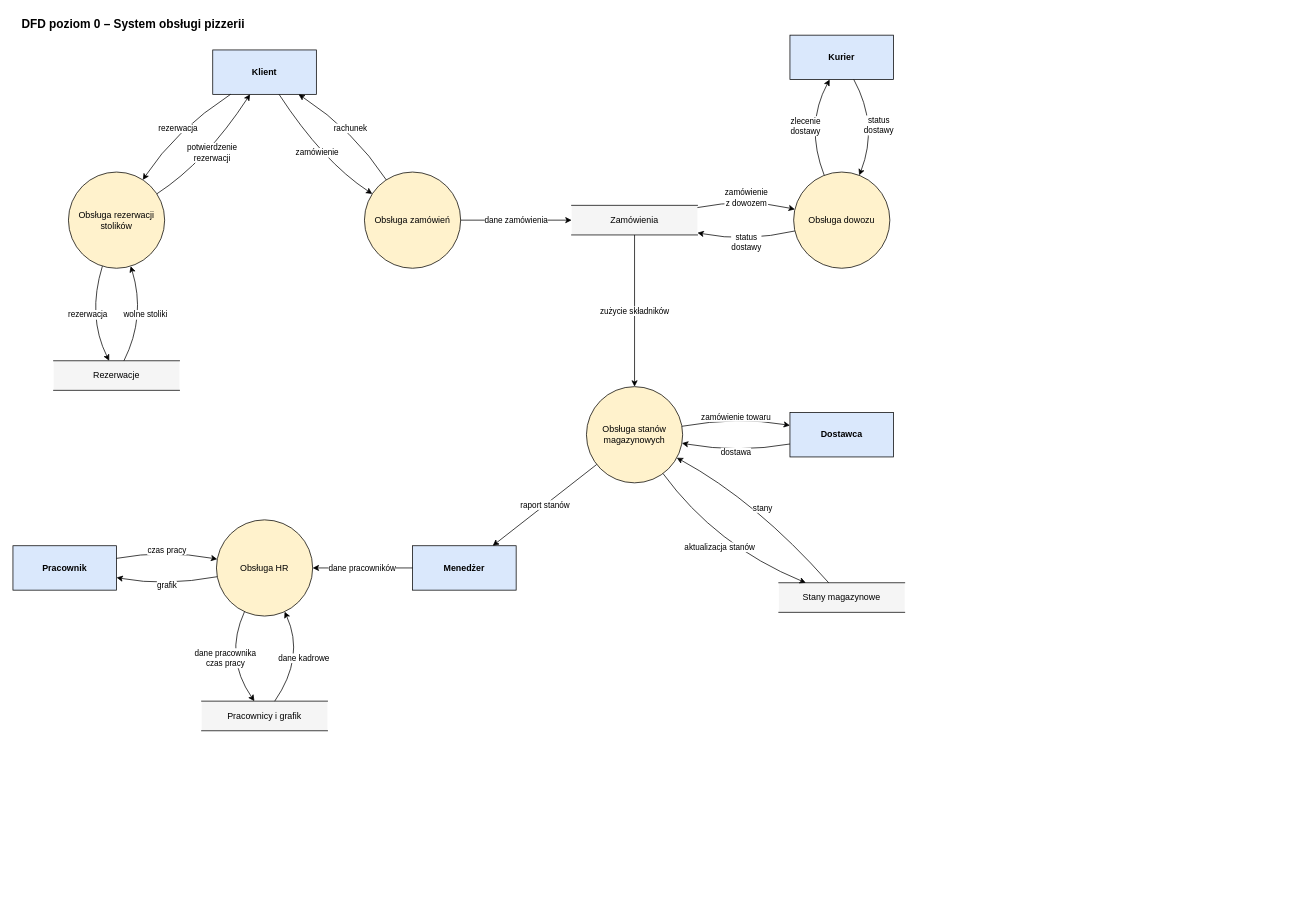
olimo54323/OiZPI-laboratorium keeps this draw.io diagram as diagramy/02_przeplyw_danych/dfd_0_pizzeria.drawio. Above is the earlier version. Source tidied: cells renumbered, new cells numbered last; positions are measured from the earlier drawing's top-left corner, leaving out a move shared by most shapes. Both pictures are drawn from the tidied source at 74%, with x=0, y=0 at pixel (13, 13).
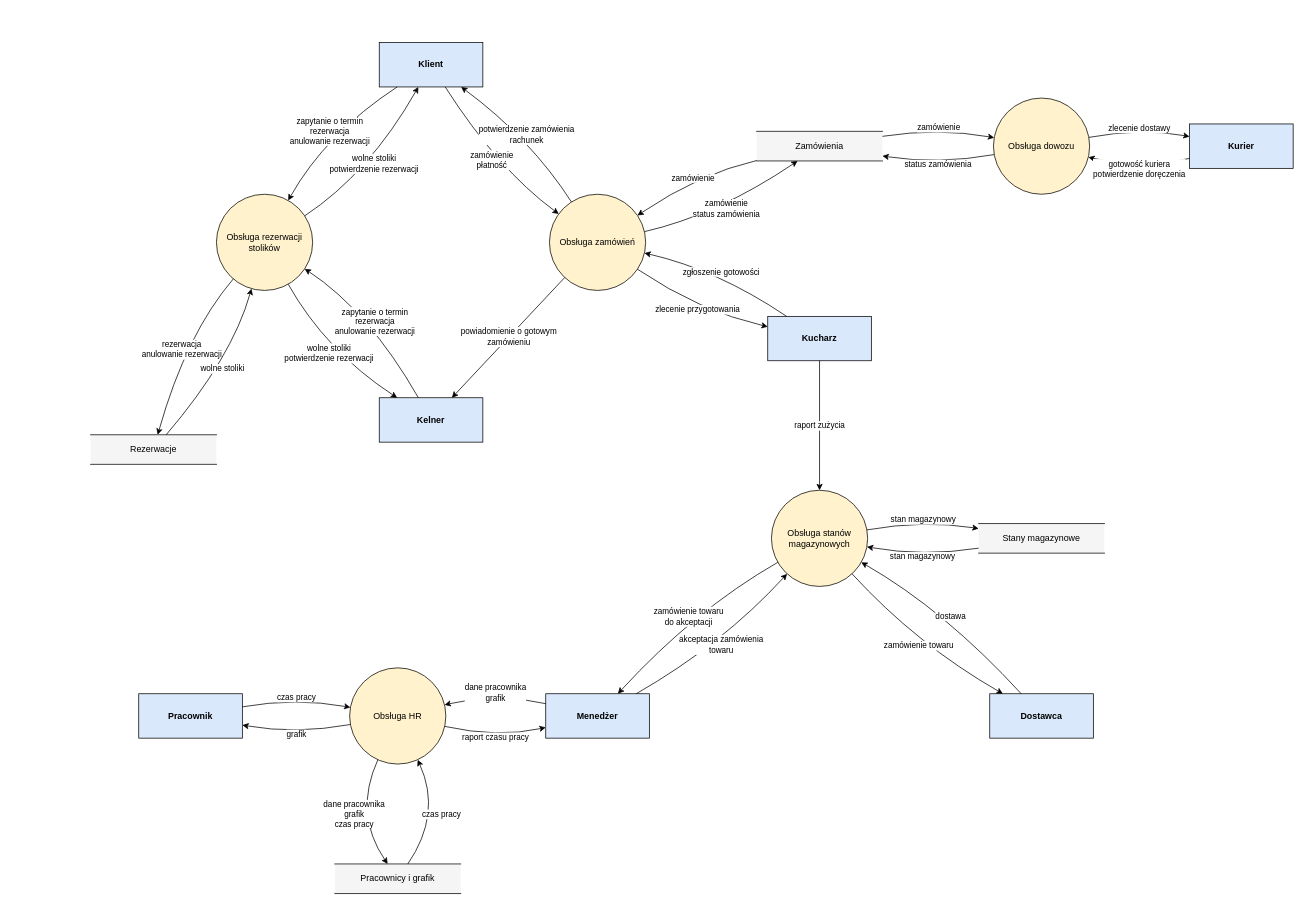
Above is the later version.

Diff of the diagram source:
```diff
@@
-    <mxCell id="2" value="DFD poziom 0 – System obsługi pizzerii" style="text;html=1;align=left;verticalAlign=middle;fontSize=16;fontStyle=1;" parent="1" vertex="1">
-      <mxGeometry x="10" width="400" height="30" as="geometry" />
-    </mxCell>
     <mxCell id="3" value="Klient" style="rounded=0;whiteSpace=wrap;html=1;fillColor=#dae8fc;strokeColor=#000000;fontStyle=1;fontSize=12;" parent="1" vertex="1">
-      <mxGeometry x="270" y="50" width="140" height="60" as="geometry" />
+      <mxGeometry x="495" y="40" width="140" height="60" as="geometry" />
     </mxCell>
+    <mxCell id="39" value="Kelner" style="rounded=0;whiteSpace=wrap;html=1;fillColor=#dae8fc;strokeColor=#000000;fontStyle=1;fontSize=12;" parent="1" vertex="1">
+      <mxGeometry x="495" y="520" width="140" height="60" as="geometry" />
+    </mxCell>
+    <mxCell id="40" value="Kucharz" style="rounded=0;whiteSpace=wrap;html=1;fillColor=#dae8fc;strokeColor=#000000;fontStyle=1;fontSize=12;" parent="1" vertex="1">
+      <mxGeometry x="1020" y="410" width="140" height="60" as="geometry" />
+    </mxCell>
     <mxCell id="4" value="Kurier" style="rounded=0;whiteSpace=wrap;html=1;fillColor=#dae8fc;strokeColor=#000000;fontStyle=1;fontSize=12;" parent="1" vertex="1">
-      <mxGeometry x="1050" y="30" width="140" height="60" as="geometry" />
+      <mxGeometry x="1590" y="150" width="140" height="60" as="geometry" />
     </mxCell>
     <mxCell id="5" value="Dostawca" style="rounded=0;whiteSpace=wrap;html=1;fillColor=#dae8fc;strokeColor=#000000;fontStyle=1;fontSize=12;" parent="1" vertex="1">
-      <mxGeometry x="1050" y="540" width="140" height="60" as="geometry" />
+      <mxGeometry x="1320" y="920" width="140" height="60" as="geometry" />
     </mxCell>
     <mxCell id="6" value="Menedżer" style="rounded=0;whiteSpace=wrap;html=1;fillColor=#dae8fc;strokeColor=#000000;fontStyle=1;fontSize=12;" parent="1" vertex="1">
-      <mxGeometry x="540" y="720" width="140" height="60" as="geometry" />
+      <mxGeometry x="720" y="920" width="140" height="60" as="geometry" />
     </mxCell>
     <mxCell id="7" value="Pracownik" style="rounded=0;whiteSpace=wrap;html=1;fillColor=#dae8fc;strokeColor=#000000;fontStyle=1;fontSize=12;" parent="1" vertex="1">
-      <mxGeometry y="720" width="140" height="60" as="geometry" />
+      <mxGeometry x="170" y="920" width="140" height="60" as="geometry" />
     </mxCell>
     <mxCell id="8" value="Obsługa zamówień" style="ellipse;whiteSpace=wrap;html=1;fillColor=#fff2cc;strokeColor=#000000;fontSize=12;" parent="1" vertex="1">
-      <mxGeometry x="475" y="215" width="130" height="130" as="geometry" />
+      <mxGeometry x="725" y="245" width="130" height="130" as="geometry" />
     </mxCell>
     <mxCell id="9" value="Obsługa rezerwacji stolików" style="ellipse;whiteSpace=wrap;html=1;fillColor=#fff2cc;strokeColor=#000000;fontSize=12;" parent="1" vertex="1">
-      <mxGeometry x="75" y="215" width="130" height="130" as="geometry" />
+      <mxGeometry x="275" y="245" width="130" height="130" as="geometry" />
     </mxCell>
     <mxCell id="10" value="Obsługa HR" style="ellipse;whiteSpace=wrap;html=1;fillColor=#fff2cc;strokeColor=#000000;fontSize=12;" parent="1" vertex="1">
-      <mxGeometry x="275" y="685" width="130" height="130" as="geometry" />
+      <mxGeometry x="455" y="885" width="130" height="130" as="geometry" />
     </mxCell>
     <mxCell id="11" value="Obsługa stanów magazynowych" style="ellipse;whiteSpace=wrap;html=1;fillColor=#fff2cc;strokeColor=#000000;fontSize=12;" parent="1" vertex="1">
-      <mxGeometry x="775" y="505" width="130" height="130" as="geometry" />
+      <mxGeometry x="1025" y="645" width="130" height="130" as="geometry" />
     </mxCell>
     <mxCell id="12" value="Obsługa dowozu" style="ellipse;whiteSpace=wrap;html=1;fillColor=#fff2cc;strokeColor=#000000;fontSize=12;" parent="1" vertex="1">
-      <mxGeometry x="1055" y="215" width="130" height="130" as="geometry" />
+      <mxGeometry x="1325" y="115" width="130" height="130" as="geometry" />
     </mxCell>
     <mxCell id="13" value="Zamówienia" style="shape=partialRectangle;whiteSpace=wrap;html=1;left=0;right=0;fillColor=#f5f5f5;strokeColor=#000000;fontSize=12;" parent="1" vertex="1">
-      <mxGeometry x="755" y="260" width="170" height="40" as="geometry" />
+      <mxGeometry x="1005" y="160" width="170" height="40" as="geometry" />
     </mxCell>
     <mxCell id="14" value="Rezerwacje" style="shape=partialRectangle;whiteSpace=wrap;html=1;left=0;right=0;fillColor=#f5f5f5;strokeColor=#000000;fontSize=12;" parent="1" vertex="1">
-      <mxGeometry x="55" y="470" width="170" height="40" as="geometry" />
+      <mxGeometry x="105" y="570" width="170" height="40" as="geometry" />
     </mxCell>
     <mxCell id="15" value="Pracownicy i grafik" style="shape=partialRectangle;whiteSpace=wrap;html=1;left=0;right=0;fillColor=#f5f5f5;strokeColor=#000000;fontSize=12;" parent="1" vertex="1">
-      <mxGeometry x="255" y="930" width="170" height="40" as="geometry" />
+      <mxGeometry x="435" y="1150" width="170" height="40" as="geometry" />
     </mxCell>
     <mxCell id="16" value="Stany magazynowe" style="shape=partialRectangle;whiteSpace=wrap;html=1;left=0;right=0;fillColor=#f5f5f5;strokeColor=#000000;fontSize=12;" parent="1" vertex="1">
-      <mxGeometry x="1035" y="770" width="170" height="40" as="geometry" />
+      <mxGeometry x="1305" y="690" width="170" height="40" as="geometry" />
     </mxCell>
-    <mxCell id="17" value="zamówienie" style="endArrow=classic;endFill=1;html=1;curved=1;labelBackgroundColor=#ffffff;fontSize=11;strokeColor=#000000;" parent="1" edge="1" source="3" target="8">
+    <mxCell id="17" value="zamówienie&lt;br&gt;płatność" style="endArrow=classic;endFill=1;html=1;curved=1;labelBackgroundColor=#ffffff;fontSize=11;strokeColor=#000000;" parent="1" edge="1" source="3" target="8">
       <mxGeometry relative="1" as="geometry">
         <Array as="points">
-          <mxPoint x="419" y="201" />
+          <mxPoint x="655" y="211" />
         </Array>
       </mxGeometry>
     </mxCell>
-    <mxCell id="18" value="rachunek" style="endArrow=classic;endFill=1;html=1;curved=1;labelBackgroundColor=#ffffff;fontSize=11;strokeColor=#000000;" parent="1" edge="1" source="8" target="3">
+    <mxCell id="18" value="potwierdzenie zamówienia&lt;br&gt;rachunek" style="endArrow=classic;endFill=1;html=1;curved=1;labelBackgroundColor=#ffffff;fontSize=11;strokeColor=#000000;" parent="1" edge="1" source="8" target="3">
       <mxGeometry relative="1" as="geometry">
         <Array as="points">
-          <mxPoint x="461" y="159" />
+          <mxPoint x="699" y="169" />
         </Array>
       </mxGeometry>
     </mxCell>
-    <mxCell id="19" value="rezerwacja" style="endArrow=classic;endFill=1;html=1;curved=1;labelBackgroundColor=#ffffff;fontSize=11;strokeColor=#000000;" parent="1" edge="1" source="3" target="9">
+    <mxCell id="19" value="zapytanie o termin&lt;br&gt;rezerwacja&lt;br&gt;anulowanie rezerwacji" style="endArrow=classic;endFill=1;html=1;curved=1;labelBackgroundColor=#ffffff;fontSize=11;strokeColor=#000000;" parent="1" edge="1" source="3" target="9">
       <mxGeometry relative="1" as="geometry">
         <Array as="points">
-          <mxPoint x="219" y="159" />
+          <mxPoint x="423" y="163" />
         </Array>
       </mxGeometry>
     </mxCell>
-    <mxCell id="20" value="potwierdzenie&lt;br&gt;rezerwacji" style="endArrow=classic;endFill=1;html=1;curved=1;labelBackgroundColor=#ffffff;fontSize=11;strokeColor=#000000;" parent="1" edge="1" source="9" target="3">
+    <mxCell id="20" value="wolne stoliki&lt;br&gt;potwierdzenie rezerwacji" style="endArrow=classic;endFill=1;html=1;curved=1;labelBackgroundColor=#ffffff;fontSize=11;strokeColor=#000000;" parent="1" edge="1" source="9" target="3">
       <mxGeometry relative="1" as="geometry">
         <Array as="points">
-          <mxPoint x="261" y="201" />
+          <mxPoint x="481" y="217" />
         </Array>
       </mxGeometry>
     </mxCell>
-    <mxCell id="21" value="rezerwacja" style="endArrow=classic;endFill=1;html=1;curved=1;labelBackgroundColor=#ffffff;fontSize=11;strokeColor=#000000;" parent="1" edge="1" source="9" target="14">
-      <mxGeometry relative="1" as="geometry">
-        <Array as="points">
-          <mxPoint x="100" y="410" />
-        </Array>
-      </mxGeometry>
+    <mxCell id="21" value="powiadomienie o gotowym&lt;br&gt;zamówieniu" style="endArrow=classic;endFill=1;html=1;rounded=0;labelBackgroundColor=#ffffff;fontSize=11;strokeColor=#000000;" parent="1" edge="1" source="8" target="39">
+      <mxGeometry relative="1" as="geometry" />
     </mxCell>
-    <mxCell id="22" value="wolne stoliki" style="endArrow=classic;endFill=1;html=1;curved=1;labelBackgroundColor=#ffffff;fontSize=11;strokeColor=#000000;" parent="1" edge="1" source="14" target="9">
+    <mxCell id="22" value="zapytanie o termin&lt;br&gt;rezerwacja&lt;br&gt;anulowanie rezerwacji" style="endArrow=classic;endFill=1;html=1;curved=1;labelBackgroundColor=#ffffff;fontSize=11;strokeColor=#000000;" parent="1" edge="1" source="39" target="9">
       <mxGeometry relative="1" as="geometry">
         <Array as="points">
-          <mxPoint x="180" y="410" />
+          <mxPoint x="481" y="403" />
         </Array>
       </mxGeometry>
     </mxCell>
-    <mxCell id="23" value="dane zamówienia" style="endArrow=classic;endFill=1;html=1;rounded=0;labelBackgroundColor=#ffffff;fontSize=11;strokeColor=#000000;" parent="1" edge="1" source="8" target="13">
-      <mxGeometry relative="1" as="geometry" />
+    <mxCell id="23" value="wolne stoliki&lt;br&gt;potwierdzenie rezerwacji" style="endArrow=classic;endFill=1;html=1;curved=1;labelBackgroundColor=#ffffff;fontSize=11;strokeColor=#000000;" parent="1" edge="1" source="9" target="39">
+      <mxGeometry relative="1" as="geometry">
+        <Array as="points">
+          <mxPoint x="423" y="457" />
+        </Array>
+      </mxGeometry>
     </mxCell>
-    <mxCell id="24" value="zamówienie&lt;br&gt;z dowozem" style="endArrow=classic;endFill=1;html=1;curved=1;labelBackgroundColor=#ffffff;fontSize=11;strokeColor=#000000;" parent="1" edge="1" source="13" target="12">
+    <mxCell id="24" value="rezerwacja&lt;br&gt;anulowanie rezerwacji" style="endArrow=classic;endFill=1;html=1;curved=1;labelBackgroundColor=#ffffff;fontSize=11;strokeColor=#000000;" parent="1" edge="1" source="9" target="14">
       <mxGeometry relative="1" as="geometry">
         <Array as="points">
-          <mxPoint x="990" y="250" />
+          <mxPoint x="234" y="434" />
         </Array>
       </mxGeometry>
     </mxCell>
-    <mxCell id="25" value="status&lt;br&gt;dostawy" style="endArrow=classic;endFill=1;html=1;curved=1;labelBackgroundColor=#ffffff;fontSize=11;strokeColor=#000000;" parent="1" edge="1" source="12" target="13">
+    <mxCell id="25" value="wolne stoliki" style="endArrow=classic;endFill=1;html=1;curved=1;labelBackgroundColor=#ffffff;fontSize=11;strokeColor=#000000;" parent="1" edge="1" source="14" target="9">
       <mxGeometry relative="1" as="geometry">
         <Array as="points">
-          <mxPoint x="990" y="310" />
+          <mxPoint x="296" y="466" />
         </Array>
       </mxGeometry>
     </mxCell>
-    <mxCell id="26" value="zlecenie&lt;br&gt;dostawy" style="endArrow=classic;endFill=1;html=1;curved=1;labelBackgroundColor=#ffffff;fontSize=11;strokeColor=#000000;" parent="1" edge="1" source="12" target="4">
+    <mxCell id="26" value="zamówienie&lt;br&gt;status zamówienia" style="endArrow=classic;endFill=1;html=1;curved=1;labelBackgroundColor=#ffffff;fontSize=11;strokeColor=#000000;" parent="1" edge="1" source="8" target="13">
       <mxGeometry relative="1" as="geometry">
         <Array as="points">
-          <mxPoint x="1070" y="152" />
+          <mxPoint x="952" y="273" />
         </Array>
       </mxGeometry>
     </mxCell>
-    <mxCell id="27" value="status&lt;br&gt;dostawy" style="endArrow=classic;endFill=1;html=1;curved=1;labelBackgroundColor=#ffffff;fontSize=11;strokeColor=#000000;" parent="1" edge="1" source="4" target="12">
+    <mxCell id="27" value="zamówienie" style="endArrow=classic;endFill=1;html=1;curved=1;labelBackgroundColor=#ffffff;fontSize=11;strokeColor=#000000;" parent="1" edge="1" source="13" target="8">
       <mxGeometry relative="1" as="geometry">
         <Array as="points">
-          <mxPoint x="1170" y="152" />
+          <mxPoint x="928" y="217" />
         </Array>
       </mxGeometry>
     </mxCell>
-    <mxCell id="28" value="zużycie składników" style="endArrow=classic;endFill=1;html=1;rounded=0;labelBackgroundColor=#ffffff;fontSize=11;strokeColor=#000000;" parent="1" edge="1" source="13" target="11">
-      <mxGeometry relative="1" as="geometry" />
+    <mxCell id="28" value="zamówienie" style="endArrow=classic;endFill=1;html=1;curved=1;labelBackgroundColor=#ffffff;fontSize=11;strokeColor=#000000;" parent="1" edge="1" source="13" target="12">
+      <mxGeometry relative="1" as="geometry">
+        <Array as="points">
+          <mxPoint x="1250" y="155" />
+        </Array>
+      </mxGeometry>
     </mxCell>
-    <mxCell id="29" value="zamówienie towaru" style="endArrow=classic;endFill=1;html=1;curved=1;labelBackgroundColor=#ffffff;fontSize=11;strokeColor=#000000;" parent="1" edge="1" source="11" target="5">
+    <mxCell id="29" value="status zamówienia" style="endArrow=classic;endFill=1;html=1;curved=1;labelBackgroundColor=#ffffff;fontSize=11;strokeColor=#000000;" parent="1" edge="1" source="12" target="13">
       <mxGeometry relative="1" as="geometry">
         <Array as="points">
-          <mxPoint x="980" y="545" />
+          <mxPoint x="1250" y="205" />
         </Array>
       </mxGeometry>
     </mxCell>
-    <mxCell id="30" value="dostawa" style="endArrow=classic;endFill=1;html=1;curved=1;labelBackgroundColor=#ffffff;fontSize=11;strokeColor=#000000;" parent="1" edge="1" source="5" target="11">
+    <mxCell id="30" value="zlecenie dostawy" style="endArrow=classic;endFill=1;html=1;curved=1;labelBackgroundColor=#ffffff;fontSize=11;strokeColor=#000000;" parent="1" edge="1" source="12" target="4">
       <mxGeometry relative="1" as="geometry">
         <Array as="points">
-          <mxPoint x="980" y="595" />
+          <mxPoint x="1525" y="155" />
         </Array>
       </mxGeometry>
     </mxCell>
-    <mxCell id="31" value="aktualizacja stanów" style="endArrow=classic;endFill=1;html=1;curved=1;labelBackgroundColor=#ffffff;fontSize=11;strokeColor=#000000;" parent="1" edge="1" source="11" target="16">
+    <mxCell id="31" value="gotowość kuriera&lt;br&gt;potwierdzenie doręczenia" style="endArrow=classic;endFill=1;html=1;curved=1;labelBackgroundColor=#ffffff;fontSize=11;strokeColor=#000000;" parent="1" edge="1" source="4" target="12">
       <mxGeometry relative="1" as="geometry">
         <Array as="points">
-          <mxPoint x="950" y="720" />
+          <mxPoint x="1525" y="212" />
         </Array>
       </mxGeometry>
     </mxCell>
-    <mxCell id="32" value="stany" style="endArrow=classic;endFill=1;html=1;curved=1;labelBackgroundColor=#ffffff;fontSize=11;strokeColor=#000000;" parent="1" edge="1" source="16" target="11">
+    <mxCell id="32" value="zlecenie przygotowania" style="endArrow=classic;endFill=1;html=1;curved=1;labelBackgroundColor=#ffffff;fontSize=11;strokeColor=#000000;" parent="1" edge="1" source="8" target="40">
       <mxGeometry relative="1" as="geometry">
         <Array as="points">
-          <mxPoint x="1005" y="660" />
+          <mxPoint x="928" y="403" />
         </Array>
       </mxGeometry>
     </mxCell>
-    <mxCell id="33" value="raport stanów" style="endArrow=classic;endFill=1;html=1;rounded=0;labelBackgroundColor=#ffffff;fontSize=11;strokeColor=#000000;" parent="1" edge="1" source="11" target="6">
-      <mxGeometry relative="1" as="geometry" />
+    <mxCell id="33" value="zgłoszenie gotowości" style="endArrow=classic;endFill=1;html=1;curved=1;labelBackgroundColor=#ffffff;fontSize=11;strokeColor=#000000;" parent="1" edge="1" source="40" target="8">
+      <mxGeometry relative="1" as="geometry">
+        <Array as="points">
+          <mxPoint x="952" y="347" />
+        </Array>
+      </mxGeometry>
     </mxCell>
-    <mxCell id="34" value="dane pracowników" style="endArrow=classic;endFill=1;html=1;rounded=0;labelBackgroundColor=#ffffff;fontSize=11;strokeColor=#000000;" parent="1" edge="1" source="6" target="10">
+    <mxCell id="34" value="raport zużycia" style="endArrow=classic;endFill=1;html=1;rounded=0;labelBackgroundColor=#ffffff;fontSize=11;strokeColor=#000000;" parent="1" edge="1" source="40" target="11">
       <mxGeometry relative="1" as="geometry" />
     </mxCell>
-    <mxCell id="35" value="czas pracy" style="endArrow=classic;endFill=1;html=1;curved=1;labelBackgroundColor=#ffffff;fontSize=11;strokeColor=#000000;" parent="1" edge="1" source="7" target="10">
+    <mxCell id="35" value="stan magazynowy" style="endArrow=classic;endFill=1;html=1;curved=1;labelBackgroundColor=#ffffff;fontSize=11;strokeColor=#000000;" parent="1" edge="1" source="11" target="16">
       <mxGeometry relative="1" as="geometry">
         <Array as="points">
-          <mxPoint x="205" y="725" />
+          <mxPoint x="1230" y="685" />
         </Array>
       </mxGeometry>
     </mxCell>
-    <mxCell id="36" value="grafik" style="endArrow=classic;endFill=1;html=1;curved=1;labelBackgroundColor=#ffffff;fontSize=11;strokeColor=#000000;" parent="1" edge="1" source="10" target="7">
+    <mxCell id="36" value="stan magazynowy" style="endArrow=classic;endFill=1;html=1;curved=1;labelBackgroundColor=#ffffff;fontSize=11;strokeColor=#000000;" parent="1" edge="1" source="16" target="11">
       <mxGeometry relative="1" as="geometry">
         <Array as="points">
-          <mxPoint x="205" y="775" />
+          <mxPoint x="1230" y="735" />
         </Array>
       </mxGeometry>
     </mxCell>
-    <mxCell id="37" value="dane pracownika&lt;br&gt;czas pracy" style="endArrow=classic;endFill=1;html=1;curved=1;labelBackgroundColor=#ffffff;fontSize=11;strokeColor=#000000;" parent="1" edge="1" source="10" target="15">
+    <mxCell id="37" value="zamówienie towaru" style="endArrow=classic;endFill=1;html=1;curved=1;labelBackgroundColor=#ffffff;fontSize=11;strokeColor=#000000;" parent="1" edge="1" source="11" target="5">
       <mxGeometry relative="1" as="geometry">
         <Array as="points">
-          <mxPoint x="285" y="870" />
+          <mxPoint x="1221" y="853" />
         </Array>
       </mxGeometry>
     </mxCell>
-    <mxCell id="38" value="dane kadrowe" style="endArrow=classic;endFill=1;html=1;curved=1;labelBackgroundColor=#ffffff;fontSize=11;strokeColor=#000000;" parent="1" edge="1" source="15" target="10">
+    <mxCell id="38" value="dostawa" style="endArrow=classic;endFill=1;html=1;curved=1;labelBackgroundColor=#ffffff;fontSize=11;strokeColor=#000000;" parent="1" edge="1" source="5" target="11">
       <mxGeometry relative="1" as="geometry">
         <Array as="points">
-          <mxPoint x="395" y="870" />
+          <mxPoint x="1259" y="807" />
         </Array>
       </mxGeometry>
     </mxCell>
+    <mxCell id="41" value="zamówienie towaru&lt;br&gt;do akceptacji" style="endArrow=classic;endFill=1;html=1;curved=1;labelBackgroundColor=#ffffff;fontSize=11;strokeColor=#000000;" parent="1" edge="1" source="11" target="6">
+      <mxGeometry relative="1" as="geometry">
+        <Array as="points">
+          <mxPoint x="921" y="807" />
+        </Array>
+      </mxGeometry>
+    </mxCell>
+    <mxCell id="42" value="akceptacja zamówienia&lt;br&gt;towaru" style="endArrow=classic;endFill=1;html=1;curved=1;labelBackgroundColor=#ffffff;fontSize=11;strokeColor=#000000;" parent="1" edge="1" source="6" target="11">
+      <mxGeometry relative="1" as="geometry">
+        <Array as="points">
+          <mxPoint x="959" y="853" />
+        </Array>
+      </mxGeometry>
+    </mxCell>
+    <mxCell id="43" value="dane pracownika&lt;br&gt;grafik" style="endArrow=classic;endFill=1;html=1;curved=1;labelBackgroundColor=#ffffff;fontSize=11;strokeColor=#000000;" parent="1" edge="1" source="6" target="10">
+      <mxGeometry relative="1" as="geometry">
+        <Array as="points">
+          <mxPoint x="655" y="918" />
+        </Array>
+      </mxGeometry>
+    </mxCell>
+    <mxCell id="44" value="raport czasu pracy" style="endArrow=classic;endFill=1;html=1;curved=1;labelBackgroundColor=#ffffff;fontSize=11;strokeColor=#000000;" parent="1" edge="1" source="10" target="6">
+      <mxGeometry relative="1" as="geometry">
+        <Array as="points">
+          <mxPoint x="655" y="980" />
+        </Array>
+      </mxGeometry>
+    </mxCell>
+    <mxCell id="45" value="czas pracy" style="endArrow=classic;endFill=1;html=1;curved=1;labelBackgroundColor=#ffffff;fontSize=11;strokeColor=#000000;" parent="1" edge="1" source="7" target="10">
+      <mxGeometry relative="1" as="geometry">
+        <Array as="points">
+          <mxPoint x="382" y="925" />
+        </Array>
+      </mxGeometry>
+    </mxCell>
+    <mxCell id="46" value="grafik" style="endArrow=classic;endFill=1;html=1;curved=1;labelBackgroundColor=#ffffff;fontSize=11;strokeColor=#000000;" parent="1" edge="1" source="10" target="7">
+      <mxGeometry relative="1" as="geometry">
+        <Array as="points">
+          <mxPoint x="382" y="975" />
+        </Array>
+      </mxGeometry>
+    </mxCell>
+    <mxCell id="47" value="dane pracownika&lt;br&gt;grafik&lt;br&gt;czas pracy" style="endArrow=classic;endFill=1;html=1;curved=1;labelBackgroundColor=#ffffff;fontSize=11;strokeColor=#000000;" parent="1" edge="1" source="10" target="15">
+      <mxGeometry relative="1" as="geometry">
+        <Array as="points">
+          <mxPoint x="460" y="1082" />
+        </Array>
+      </mxGeometry>
+    </mxCell>
+    <mxCell id="48" value="czas pracy" style="endArrow=classic;endFill=1;html=1;curved=1;labelBackgroundColor=#ffffff;fontSize=11;strokeColor=#000000;" parent="1" edge="1" source="15" target="10">
+      <mxGeometry relative="1" as="geometry">
+        <Array as="points">
+          <mxPoint x="580" y="1082" />
+        </Array>
+      </mxGeometry>
+    </mxCell>
```
